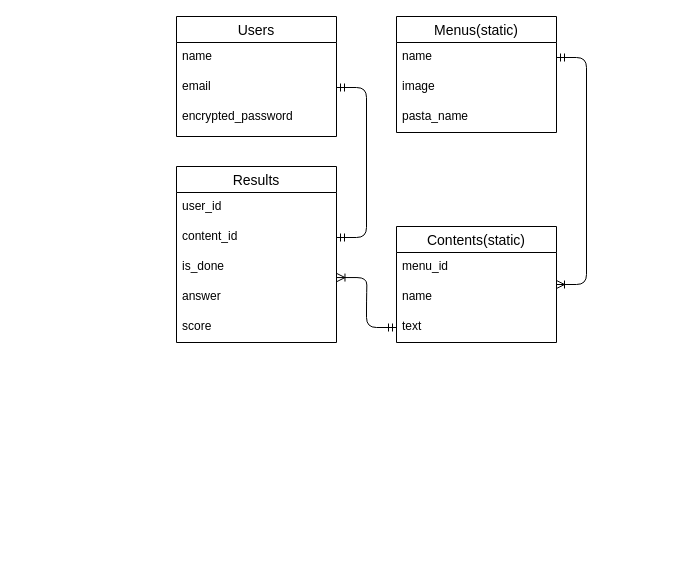
This is rigate.dio from turtlekazu/rigate-app, a draw.io file, before an edit. Source tidied: cells renumbered, new cells numbered last; positions are measured from the earlier drawing's top-left corner, leaving out a move shared by most shapes. Both pictures are drawn from the tidied source at 100%, with x=0, y=0 at pixel (176, 16).
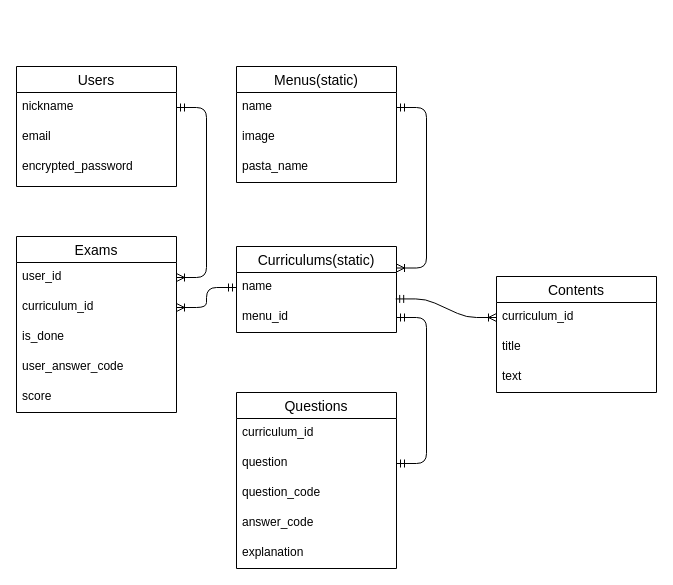
The same page after the edit.

Unchanged cells that the change refers to:
```xml
<mxCell id="4" value="email" style="text;strokeColor=none;fillColor=none;spacingLeft=4;spacingRight=4;overflow=hidden;points=[[0,0.5],[1,0.5]];portConstraint=eastwest;fontSize=12;" parent="2" vertex="1">
  <mxGeometry y="56" width="160" height="30" as="geometry" />
</mxCell>
<mxCell id="9" value="text" style="text;strokeColor=none;fillColor=none;spacingLeft=4;spacingRight=4;overflow=hidden;points=[[0,0.5],[1,0.5]];portConstraint=eastwest;fontSize=12;" parent="6" vertex="1">
  <mxGeometry y="86" width="160" height="30" as="geometry" />
</mxCell>
<mxCell id="11" value="name" style="text;strokeColor=none;fillColor=none;spacingLeft=4;spacingRight=4;overflow=hidden;points=[[0,0.5],[1,0.5]];portConstraint=eastwest;fontSize=12;" parent="10" vertex="1">
  <mxGeometry y="26" width="160" height="30" as="geometry" />
</mxCell>
<mxCell id="16" value="user_id" style="text;strokeColor=none;fillColor=none;spacingLeft=4;spacingRight=4;overflow=hidden;points=[[0,0.5],[1,0.5]];portConstraint=eastwest;fontSize=12;" parent="15" vertex="1">
  <mxGeometry y="26" width="160" height="30" as="geometry" />
</mxCell>
<mxCell id="18" value="is_done" style="text;strokeColor=none;fillColor=none;spacingLeft=4;spacingRight=4;overflow=hidden;points=[[0,0.5],[1,0.5]];portConstraint=eastwest;fontSize=12;" parent="15" vertex="1">
  <mxGeometry y="86" width="160" height="30" as="geometry" />
</mxCell>
```

What changed in the source:
```diff
@@
     <mxCell id="2" value="Users" style="swimlane;fontStyle=0;horizontal=1;startSize=26;align=center;fontSize=14;" parent="1" vertex="1">
-      <mxGeometry width="160" height="120" as="geometry" />
+      <mxGeometry x="-160" y="50" width="160" height="120" as="geometry" />
     </mxCell>
-    <mxCell id="3" value="name" style="text;strokeColor=none;fillColor=none;spacingLeft=4;spacingRight=4;overflow=hidden;points=[[0,0.5],[1,0.5]];portConstraint=eastwest;fontSize=12;" parent="2" vertex="1">
+    <mxCell id="3" value="nickname" style="text;strokeColor=none;fillColor=none;spacingLeft=4;spacingRight=4;overflow=hidden;points=[[0,0.5],[1,0.5]];portConstraint=eastwest;fontSize=12;" parent="2" vertex="1">
       <mxGeometry y="26" width="160" height="30" as="geometry" />
     </mxCell>
@@
-    <mxCell id="6" value="Contents(static)" style="swimlane;fontStyle=0;horizontal=1;startSize=26;align=center;fontSize=14;" parent="1" vertex="1">
-      <mxGeometry x="220" y="210" width="160" height="116" as="geometry" />
+    <mxCell id="6" value="Contents" style="swimlane;fontStyle=0;horizontal=1;startSize=26;align=center;fontSize=14;" parent="1" vertex="1">
+      <mxGeometry x="320" y="260" width="160" height="116" as="geometry" />
     </mxCell>
-    <mxCell id="7" value="menu_id" style="text;strokeColor=none;fillColor=none;spacingLeft=4;spacingRight=4;overflow=hidden;points=[[0,0.5],[1,0.5]];portConstraint=eastwest;fontSize=12;" parent="6" vertex="1">
+    <mxCell id="7" value="curriculum_id" style="text;strokeColor=none;fillColor=none;spacingLeft=4;spacingRight=4;overflow=hidden;points=[[0,0.5],[1,0.5]];portConstraint=eastwest;fontSize=12;" parent="6" vertex="1">
       <mxGeometry y="26" width="160" height="30" as="geometry" />
     </mxCell>
-    <mxCell id="8" value="name" style="text;strokeColor=none;fillColor=none;spacingLeft=4;spacingRight=4;overflow=hidden;fontSize=12;" parent="6" vertex="1">
+    <mxCell id="8" value="title" style="text;strokeColor=none;fillColor=none;spacingLeft=4;spacingRight=4;overflow=hidden;fontSize=12;" parent="6" vertex="1">
       <mxGeometry y="56" width="160" height="30" as="geometry" />
     </mxCell>
@@
     <mxCell id="10" value="Menus(static)" style="swimlane;fontStyle=0;horizontal=1;startSize=26;align=center;fontSize=14;" parent="1" vertex="1">
-      <mxGeometry x="220" width="160" height="116" as="geometry" />
+      <mxGeometry x="60" y="50" width="160" height="116" as="geometry" />
     </mxCell>
@@
-    <mxCell id="14" style="edgeStyle=entityRelationEdgeStyle;fontSize=12;html=1;endArrow=ERoneToMany;startArrow=ERmandOne;" parent="1" edge="1" source="11" target="6">
+    <mxCell id="14" style="edgeStyle=entityRelationEdgeStyle;fontSize=12;html=1;endArrow=ERoneToMany;startArrow=ERmandOne;entryX=1;entryY=0.25;entryDx=0;entryDy=0;" parent="1" edge="1" source="11" target="23">
       <mxGeometry relative="1" as="geometry" />
     </mxCell>
-    <mxCell id="15" value="Results" style="swimlane;fontStyle=0;horizontal=1;startSize=26;align=center;fontSize=14;" parent="1" vertex="1">
-      <mxGeometry y="150" width="160" height="176" as="geometry" />
+    <mxCell id="15" value="Exams" style="swimlane;fontStyle=0;horizontal=1;startSize=26;align=center;fontSize=14;" parent="1" vertex="1">
+      <mxGeometry x="-160" y="220" width="160" height="176" as="geometry" />
     </mxCell>
@@
-    <mxCell id="17" value="content_id" style="text;strokeColor=none;fillColor=none;spacingLeft=4;spacingRight=4;overflow=hidden;points=[[0,0.5],[1,0.5]];portConstraint=eastwest;fontSize=12;" parent="15" vertex="1">
+    <mxCell id="17" value="curriculum_id" style="text;strokeColor=none;fillColor=none;spacingLeft=4;spacingRight=4;overflow=hidden;points=[[0,0.5],[1,0.5]];portConstraint=eastwest;fontSize=12;" parent="15" vertex="1">
       <mxGeometry y="56" width="160" height="30" as="geometry" />
     </mxCell>
@@
-    <mxCell id="19" value="answer" style="text;strokeColor=none;fillColor=none;spacingLeft=4;spacingRight=4;overflow=hidden;fontSize=12;" parent="15" vertex="1">
+    <mxCell id="19" value="user_answer_code" style="text;strokeColor=none;fillColor=none;spacingLeft=4;spacingRight=4;overflow=hidden;fontSize=12;" parent="15" vertex="1">
       <mxGeometry y="116" width="160" height="30" as="geometry" />
     </mxCell>
@@
-    <mxCell id="21" style="edgeStyle=entityRelationEdgeStyle;fontSize=12;html=1;endArrow=ERmandOne;startArrow=ERmandOne;entryX=1;entryY=0.5;entryDx=0;entryDy=0;" parent="1" edge="1" source="17" target="4">
-      <mxGeometry relative="1" as="geometry" />
-    </mxCell>
-    <mxCell id="22" style="edgeStyle=entityRelationEdgeStyle;fontSize=12;html=1;endArrow=ERoneToMany;startArrow=ERmandOne;entryX=1.003;entryY=0.835;entryDx=0;entryDy=0;entryPerimeter=0;exitX=0;exitY=0.5;exitDx=0;exitDy=0;" parent="1" edge="1" source="9" target="18">
+    <mxCell id="22" style="edgeStyle=entityRelationEdgeStyle;fontSize=12;html=1;endArrow=ERoneToMany;startArrow=ERmandOne;entryX=1;entryY=0.5;entryDx=0;entryDy=0;exitX=0;exitY=0.5;exitDx=0;exitDy=0;" parent="1" edge="1" source="24" target="17">
       <mxGeometry relative="1" as="geometry" />
     </mxCell>
+    <mxCell id="23" value="Curriculums(static)" style="swimlane;fontStyle=0;horizontal=1;startSize=26;align=center;fontSize=14;" parent="1" vertex="1">
+      <mxGeometry x="60" y="230" width="160" height="86" as="geometry" />
+    </mxCell>
+    <mxCell id="24" value="name" style="text;strokeColor=none;fillColor=none;spacingLeft=4;spacingRight=4;overflow=hidden;points=[[0,0.5],[1,0.5]];portConstraint=eastwest;fontSize=12;" parent="23" vertex="1">
+      <mxGeometry y="26" width="160" height="30" as="geometry" />
+    </mxCell>
+    <mxCell id="25" value="menu_id" style="text;strokeColor=none;fillColor=none;spacingLeft=4;spacingRight=4;overflow=hidden;points=[[0,0.5],[1,0.5]];portConstraint=eastwest;fontSize=12;" parent="23" vertex="1">
+      <mxGeometry y="56" width="160" height="30" as="geometry" />
+    </mxCell>
+    <mxCell id="26" style="edgeStyle=entityRelationEdgeStyle;fontSize=12;html=1;endArrow=ERoneToMany;startArrow=ERmandOne;exitX=0.995;exitY=0.881;exitDx=0;exitDy=0;exitPerimeter=0;" parent="1" edge="1" source="24" target="7">
+      <mxGeometry relative="1" as="geometry" />
+    </mxCell>
+    <mxCell id="27" value="Questions" style="swimlane;fontStyle=0;horizontal=1;startSize=26;align=center;fontSize=14;" parent="1" vertex="1">
+      <mxGeometry x="60" y="376" width="160" height="176" as="geometry" />
+    </mxCell>
+    <mxCell id="28" value="curriculum_id" style="text;strokeColor=none;fillColor=none;spacingLeft=4;spacingRight=4;overflow=hidden;fontSize=12;" parent="27" vertex="1">
+      <mxGeometry y="26" width="160" height="30" as="geometry" />
+    </mxCell>
+    <mxCell id="29" value="question" style="text;strokeColor=none;fillColor=none;spacingLeft=4;spacingRight=4;overflow=hidden;points=[[0,0.5],[1,0.5]];portConstraint=eastwest;fontSize=12;" parent="27" vertex="1">
+      <mxGeometry y="56" width="160" height="30" as="geometry" />
+    </mxCell>
+    <mxCell id="30" value="question_code" style="text;strokeColor=none;fillColor=none;spacingLeft=4;spacingRight=4;overflow=hidden;fontSize=12;" parent="27" vertex="1">
+      <mxGeometry y="86" width="160" height="30" as="geometry" />
+    </mxCell>
+    <mxCell id="31" value="answer_code" style="text;strokeColor=none;fillColor=none;spacingLeft=4;spacingRight=4;overflow=hidden;fontSize=12;" parent="27" vertex="1">
+      <mxGeometry y="116" width="160" height="30" as="geometry" />
+    </mxCell>
+    <mxCell id="32" value="explanation" style="text;strokeColor=none;fillColor=none;spacingLeft=4;spacingRight=4;overflow=hidden;fontSize=12;" parent="27" vertex="1">
+      <mxGeometry y="146" width="160" height="30" as="geometry" />
+    </mxCell>
+    <mxCell id="33" style="edgeStyle=entityRelationEdgeStyle;fontSize=12;html=1;endArrow=ERmandOne;startArrow=ERmandOne;entryX=1;entryY=0.5;entryDx=0;entryDy=0;exitX=1;exitY=0.5;exitDx=0;exitDy=0;" parent="1" edge="1" source="29" target="25">
+      <mxGeometry relative="1" as="geometry" />
+    </mxCell>
+    <mxCell id="34" style="edgeStyle=entityRelationEdgeStyle;fontSize=12;html=1;endArrow=ERoneToMany;startArrow=ERmandOne;entryX=1;entryY=0.5;entryDx=0;entryDy=0;exitX=1;exitY=0.5;exitDx=0;exitDy=0;" parent="1" edge="1" source="3" target="16">
+      <mxGeometry relative="1" as="geometry" />
+    </mxCell>
```
